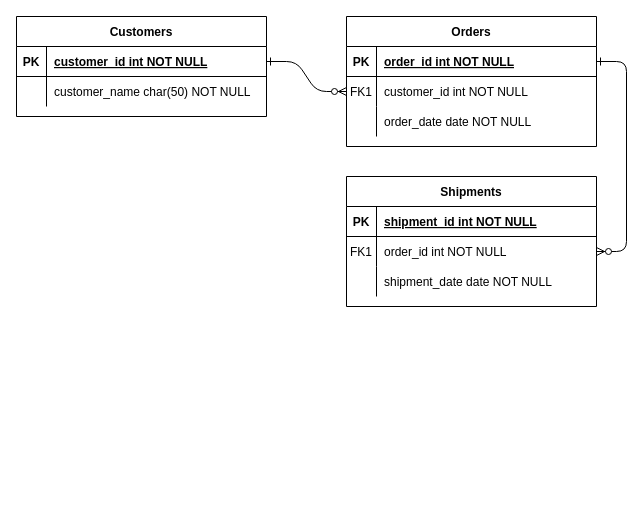
This is Untitled Diagram.drawio from laylacodes/sqlproject, a draw.io file, before an edit. Source tidied: cells renumbered, new cells numbered last; positions are measured from the earlier drawing's top-left corner, leaving out a move shared by most shapes. Both pictures are drawn from the tidied source at 100%, with x=0, y=0 at pixel (16, 16).
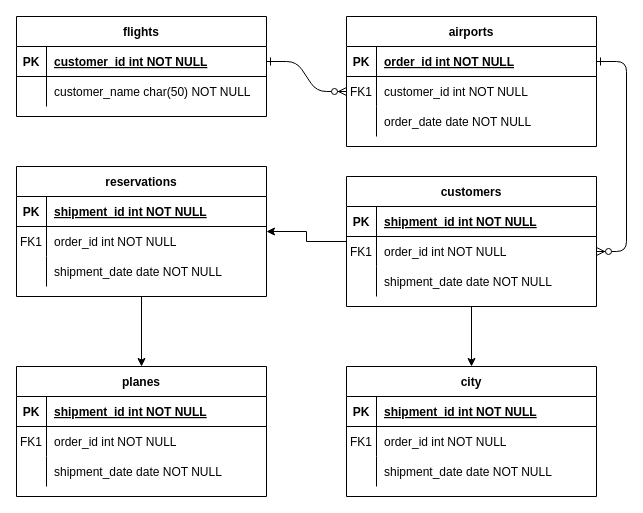
Above is the later version.

Change to the diagram source:
```diff
@@
-    <mxCell id="4" value="Orders" style="shape=table;startSize=30;childLayout=tableLayout;rowLines=0;fontStyle=1;align=center;" parent="1" vertex="1">
+    <mxCell id="4" value="airports" style="shape=table;startSize=30;childLayout=tableLayout;rowLines=0;fontStyle=1;align=center;" parent="1" vertex="1">
       <mxGeometry x="330" width="250" height="130" as="geometry" />
     </mxCell>
@@
+    <mxCell id="31" style="edgeStyle=orthogonalEdgeStyle;rounded=0;jettySize=auto;html=1;" parent="1" edge="1" source="14" target="34">
+      <mxGeometry relative="1" as="geometry" />
+    </mxCell>
+    <mxCell id="32" style="edgeStyle=orthogonalEdgeStyle;rounded=0;jettySize=auto;html=1;" parent="1" edge="1" source="14" target="44">
+      <mxGeometry relative="1" as="geometry" />
+    </mxCell>
-    <mxCell id="14" value="Shipments" style="shape=table;startSize=30;childLayout=tableLayout;rowLines=0;fontStyle=1;align=center;" parent="1" vertex="1">
+    <mxCell id="14" value="customers" style="shape=table;startSize=30;childLayout=tableLayout;rowLines=0;fontStyle=1;align=center;" parent="1" vertex="1">
       <mxGeometry x="330" y="160" width="250" height="130" as="geometry" />
     </mxCell>
@@
-    <mxCell id="24" value="Customers" style="shape=table;startSize=30;childLayout=tableLayout;rowLines=0;fontStyle=1;align=center;" parent="1" vertex="1">
+    <mxCell id="24" value="flights" style="shape=table;startSize=30;childLayout=tableLayout;rowLines=0;fontStyle=1;align=center;" parent="1" vertex="1">
       <mxGeometry width="250" height="100" as="geometry" />
     </mxCell>
@@
+    <mxCell id="33" style="edgeStyle=orthogonalEdgeStyle;rounded=0;jettySize=auto;html=1;" parent="1" edge="1" source="34" target="54">
+      <mxGeometry relative="1" as="geometry" />
+    </mxCell>
+    <mxCell id="34" value="reservations" style="shape=table;startSize=30;childLayout=tableLayout;rowLines=0;fontStyle=1;align=center;" parent="1" vertex="1">
+      <mxGeometry y="150" width="250" height="130" as="geometry" />
+    </mxCell>
+    <mxCell id="35" style="shape=partialRectangle;fillColor=none;top=0;left=0;right=0;bottom=1;" parent="34" vertex="1">
+      <mxGeometry y="30" width="250" height="30" as="geometry" />
+    </mxCell>
+    <mxCell id="36" value="PK" style="shape=partialRectangle;overflow=hidden;fillColor=none;top=0;left=0;bottom=0;right=0;fontStyle=1;" parent="35" vertex="1">
+      <mxGeometry width="30" height="30" as="geometry" />
+    </mxCell>
+    <mxCell id="37" value="shipment_id int NOT NULL " style="shape=partialRectangle;overflow=hidden;fillColor=none;top=0;left=0;bottom=0;right=0;align=left;spacingLeft=6;fontStyle=5;" parent="35" vertex="1">
+      <mxGeometry x="30" width="220" height="30" as="geometry" />
+    </mxCell>
+    <mxCell id="38" style="shape=partialRectangle;fillColor=none;top=0;left=0;right=0;bottom=0;" parent="34" vertex="1">
+      <mxGeometry y="60" width="250" height="30" as="geometry" />
+    </mxCell>
+    <mxCell id="39" value="FK1" style="shape=partialRectangle;overflow=hidden;fillColor=none;top=0;left=0;bottom=0;right=0;" parent="38" vertex="1">
+      <mxGeometry width="30" height="30" as="geometry" />
+    </mxCell>
+    <mxCell id="40" value="order_id int NOT NULL" style="shape=partialRectangle;overflow=hidden;fillColor=none;top=0;left=0;bottom=0;right=0;align=left;spacingLeft=6;" parent="38" vertex="1">
+      <mxGeometry x="30" width="220" height="30" as="geometry" />
+    </mxCell>
+    <mxCell id="41" style="shape=partialRectangle;fillColor=none;top=0;left=0;right=0;bottom=0;" parent="34" vertex="1">
+      <mxGeometry y="90" width="250" height="30" as="geometry" />
+    </mxCell>
+    <mxCell id="42" style="shape=partialRectangle;overflow=hidden;fillColor=none;top=0;left=0;bottom=0;right=0;" parent="41" vertex="1">
+      <mxGeometry width="30" height="30" as="geometry" />
+    </mxCell>
+    <mxCell id="43" value="shipment_date date NOT NULL" style="shape=partialRectangle;overflow=hidden;fillColor=none;top=0;left=0;bottom=0;right=0;align=left;spacingLeft=6;" parent="41" vertex="1">
+      <mxGeometry x="30" width="220" height="30" as="geometry" />
+    </mxCell>
+    <mxCell id="44" value="city" style="shape=table;startSize=30;childLayout=tableLayout;rowLines=0;fontStyle=1;align=center;" parent="1" vertex="1">
+      <mxGeometry x="330" y="350" width="250" height="130" as="geometry" />
+    </mxCell>
+    <mxCell id="45" style="shape=partialRectangle;fillColor=none;top=0;left=0;right=0;bottom=1;" parent="44" vertex="1">
+      <mxGeometry y="30" width="250" height="30" as="geometry" />
+    </mxCell>
+    <mxCell id="46" value="PK" style="shape=partialRectangle;overflow=hidden;fillColor=none;top=0;left=0;bottom=0;right=0;fontStyle=1;" parent="45" vertex="1">
+      <mxGeometry width="30" height="30" as="geometry" />
+    </mxCell>
+    <mxCell id="47" value="shipment_id int NOT NULL " style="shape=partialRectangle;overflow=hidden;fillColor=none;top=0;left=0;bottom=0;right=0;align=left;spacingLeft=6;fontStyle=5;" parent="45" vertex="1">
+      <mxGeometry x="30" width="220" height="30" as="geometry" />
+    </mxCell>
+    <mxCell id="48" style="shape=partialRectangle;fillColor=none;top=0;left=0;right=0;bottom=0;" parent="44" vertex="1">
+      <mxGeometry y="60" width="250" height="30" as="geometry" />
+    </mxCell>
+    <mxCell id="49" value="FK1" style="shape=partialRectangle;overflow=hidden;fillColor=none;top=0;left=0;bottom=0;right=0;" parent="48" vertex="1">
+      <mxGeometry width="30" height="30" as="geometry" />
+    </mxCell>
+    <mxCell id="50" value="order_id int NOT NULL" style="shape=partialRectangle;overflow=hidden;fillColor=none;top=0;left=0;bottom=0;right=0;align=left;spacingLeft=6;" parent="48" vertex="1">
+      <mxGeometry x="30" width="220" height="30" as="geometry" />
+    </mxCell>
+    <mxCell id="51" style="shape=partialRectangle;fillColor=none;top=0;left=0;right=0;bottom=0;" parent="44" vertex="1">
+      <mxGeometry y="90" width="250" height="30" as="geometry" />
+    </mxCell>
+    <mxCell id="52" style="shape=partialRectangle;overflow=hidden;fillColor=none;top=0;left=0;bottom=0;right=0;" parent="51" vertex="1">
+      <mxGeometry width="30" height="30" as="geometry" />
+    </mxCell>
+    <mxCell id="53" value="shipment_date date NOT NULL" style="shape=partialRectangle;overflow=hidden;fillColor=none;top=0;left=0;bottom=0;right=0;align=left;spacingLeft=6;" parent="51" vertex="1">
+      <mxGeometry x="30" width="220" height="30" as="geometry" />
+    </mxCell>
+    <mxCell id="54" value="planes" style="shape=table;startSize=30;childLayout=tableLayout;rowLines=0;fontStyle=1;align=center;" parent="1" vertex="1">
+      <mxGeometry y="350" width="250" height="130" as="geometry" />
+    </mxCell>
+    <mxCell id="55" style="shape=partialRectangle;fillColor=none;top=0;left=0;right=0;bottom=1;" parent="54" vertex="1">
+      <mxGeometry y="30" width="250" height="30" as="geometry" />
+    </mxCell>
+    <mxCell id="56" value="PK" style="shape=partialRectangle;overflow=hidden;fillColor=none;top=0;left=0;bottom=0;right=0;fontStyle=1;" parent="55" vertex="1">
+      <mxGeometry width="30" height="30" as="geometry" />
+    </mxCell>
+    <mxCell id="57" value="shipment_id int NOT NULL " style="shape=partialRectangle;overflow=hidden;fillColor=none;top=0;left=0;bottom=0;right=0;align=left;spacingLeft=6;fontStyle=5;" parent="55" vertex="1">
+      <mxGeometry x="30" width="220" height="30" as="geometry" />
+    </mxCell>
+    <mxCell id="58" style="shape=partialRectangle;fillColor=none;top=0;left=0;right=0;bottom=0;" parent="54" vertex="1">
+      <mxGeometry y="60" width="250" height="30" as="geometry" />
+    </mxCell>
+    <mxCell id="59" value="FK1" style="shape=partialRectangle;overflow=hidden;fillColor=none;top=0;left=0;bottom=0;right=0;" parent="58" vertex="1">
+      <mxGeometry width="30" height="30" as="geometry" />
+    </mxCell>
+    <mxCell id="60" value="order_id int NOT NULL" style="shape=partialRectangle;overflow=hidden;fillColor=none;top=0;left=0;bottom=0;right=0;align=left;spacingLeft=6;" parent="58" vertex="1">
+      <mxGeometry x="30" width="220" height="30" as="geometry" />
+    </mxCell>
+    <mxCell id="61" style="shape=partialRectangle;fillColor=none;top=0;left=0;right=0;bottom=0;" parent="54" vertex="1">
+      <mxGeometry y="90" width="250" height="30" as="geometry" />
+    </mxCell>
+    <mxCell id="62" style="shape=partialRectangle;overflow=hidden;fillColor=none;top=0;left=0;bottom=0;right=0;" parent="61" vertex="1">
+      <mxGeometry width="30" height="30" as="geometry" />
+    </mxCell>
+    <mxCell id="63" value="shipment_date date NOT NULL" style="shape=partialRectangle;overflow=hidden;fillColor=none;top=0;left=0;bottom=0;right=0;align=left;spacingLeft=6;" parent="61" vertex="1">
+      <mxGeometry x="30" width="220" height="30" as="geometry" />
+    </mxCell>
```
